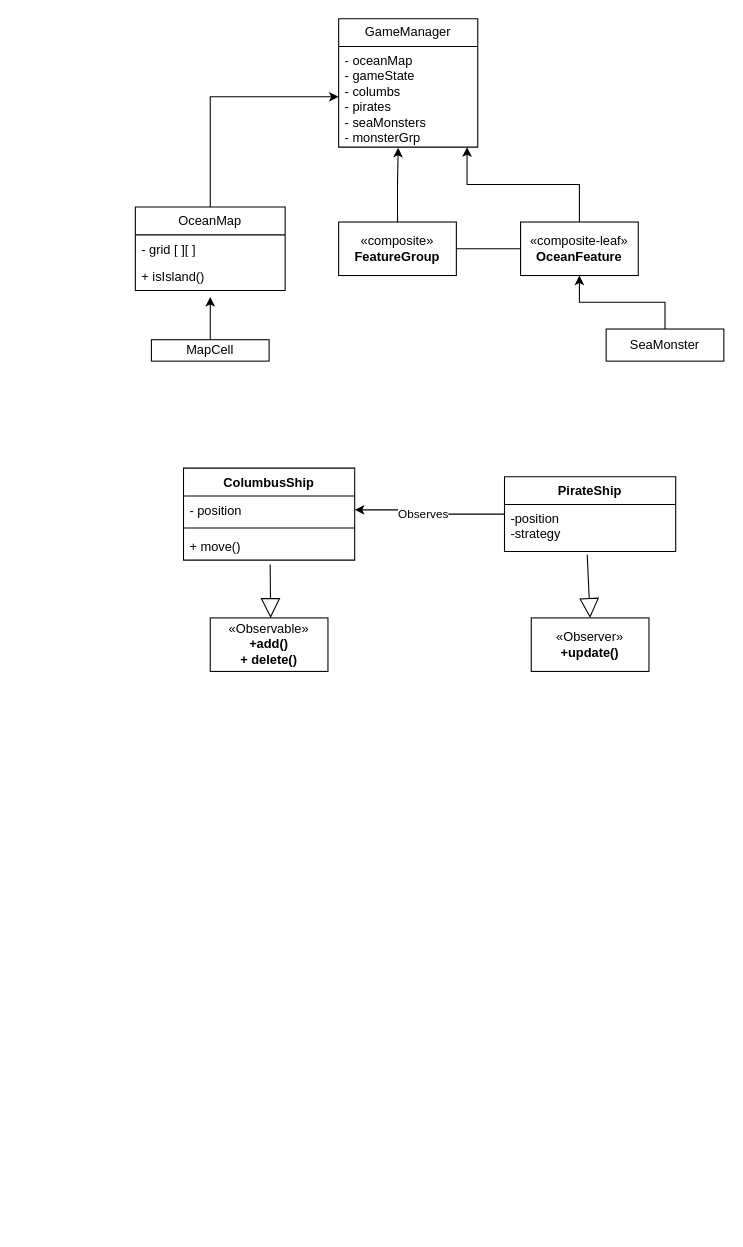
CSCI-513-Spring25/final-project-jcfang17 keeps this draw.io diagram as diagram.drawio. Above is the earlier version. Source tidied: cells renumbered, new cells numbered last; positions are measured from the earlier drawing's top-left corner, leaving out a move shared by most shapes. Both pictures are drawn from the tidied source at 107%, with x=0, y=0 at pixel (135, 18).
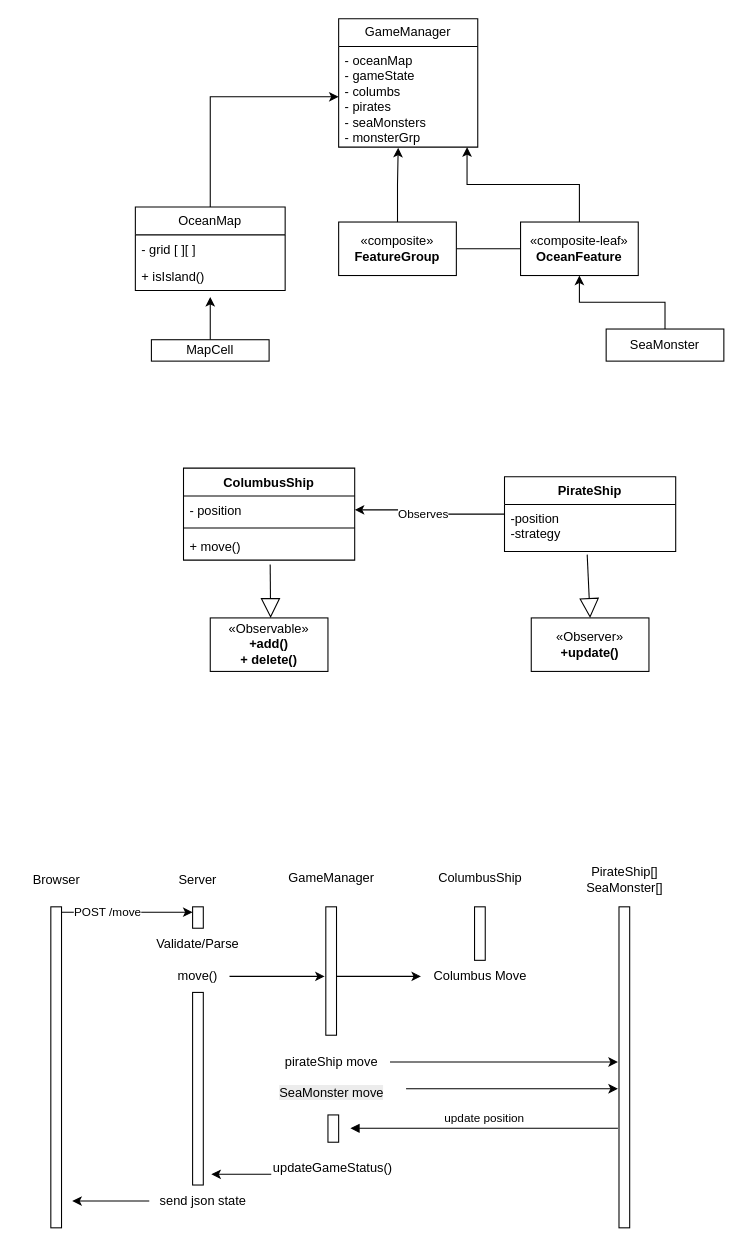
After the change.

Diff of the diagram source:
```diff
@@
+    <mxCell id="29" style="html=1;points=[[0,0,0,0,5],[0,1,0,0,-5],[1,0,0,0,5],[1,1,0,0,-5]];perimeter=orthogonalPerimeter;outlineConnect=0;targetShapes=umlLifeline;portConstraint=eastwest;newEdgeStyle={&quot;curved&quot;:0,&quot;rounded&quot;:0};" parent="1" vertex="1">
+      <mxGeometry x="-79" y="830" width="10" height="300" as="geometry" />
+    </mxCell>
+    <mxCell id="30" value="Browser" style="text;html=1;align=center;verticalAlign=middle;strokeColor=none;fillColor=none;" parent="1" vertex="1">
+      <mxGeometry x="-109" y="790" width="70" height="30" as="geometry" />
+    </mxCell>
+    <mxCell id="31" value="Server" style="text;html=1;align=center;verticalAlign=middle;strokeColor=none;fillColor=none;" parent="1" vertex="1">
+      <mxGeometry x="28" y="790" width="60" height="30" as="geometry" />
+    </mxCell>
+    <mxCell id="32" value="GameManager" style="text;html=1;align=center;verticalAlign=middle;strokeColor=none;fillColor=none;" parent="1" vertex="1">
+      <mxGeometry x="133" y="788" width="100" height="30" as="geometry" />
+    </mxCell>
+    <mxCell id="33" value="ColumbusShip" style="text;html=1;align=center;verticalAlign=middle;strokeColor=none;fillColor=none;" parent="1" vertex="1">
+      <mxGeometry x="272" y="788" width="100" height="30" as="geometry" />
+    </mxCell>
+    <mxCell id="34" value="PirateShip[]&lt;div&gt;SeaMonster[]&lt;/div&gt;" style="text;html=1;align=center;verticalAlign=middle;strokeColor=none;fillColor=none;" parent="1" vertex="1">
+      <mxGeometry x="412" y="785" width="90" height="40" as="geometry" />
+    </mxCell>
+    <mxCell id="35" style="html=1;points=[[0,0,0,0,5],[0,1,0,0,-5],[1,0,0,0,5],[1,1,0,0,-5]];perimeter=orthogonalPerimeter;outlineConnect=0;targetShapes=umlLifeline;portConstraint=eastwest;newEdgeStyle={&quot;curved&quot;:0,&quot;rounded&quot;:0};" parent="1" vertex="1">
+      <mxGeometry x="53.5" y="830" width="10" height="20" as="geometry" />
+    </mxCell>
+    <mxCell id="36" style="edgeStyle=orthogonalEdgeStyle;rounded=0;jettySize=auto;html=1;curved=0;" parent="1" edge="1" source="37" target="45">
+      <mxGeometry relative="1" as="geometry">
+        <Array as="points">
+          <mxPoint x="211" y="895" />
+          <mxPoint x="211" y="895" />
+        </Array>
+      </mxGeometry>
+    </mxCell>
+    <mxCell id="37" style="html=1;points=[[0,0,0,0,5],[0,1,0,0,-5],[1,0,0,0,5],[1,1,0,0,-5]];perimeter=orthogonalPerimeter;outlineConnect=0;targetShapes=umlLifeline;portConstraint=eastwest;newEdgeStyle={&quot;curved&quot;:0,&quot;rounded&quot;:0};" parent="1" vertex="1">
+      <mxGeometry x="178" y="830" width="10" height="120" as="geometry" />
+    </mxCell>
+    <mxCell id="38" style="html=1;perimeter=orthogonalPerimeter;targetShapes=umlLifeline;newEdgeStyle={&quot;curved&quot;:0,&quot;rounded&quot;:0};" parent="1" vertex="1">
+      <mxGeometry x="317" y="830" width="10" height="50" as="geometry" />
+    </mxCell>
+    <mxCell id="39" style="html=1;perimeter=orthogonalPerimeter;targetShapes=umlLifeline;newEdgeStyle={&quot;curved&quot;:0,&quot;rounded&quot;:0};" parent="1" vertex="1">
+      <mxGeometry x="452" y="830" width="10" height="300" as="geometry" />
+    </mxCell>
+    <mxCell id="40" style="edgeStyle=orthogonalEdgeStyle;rounded=0;jettySize=auto;html=1;curved=0;exitX=1;exitY=0;exitDx=0;exitDy=5;exitPerimeter=0;entryX=0;entryY=0;entryDx=0;entryDy=5;entryPerimeter=0;" parent="1" edge="1" source="29" target="35">
+      <mxGeometry relative="1" as="geometry" />
+    </mxCell>
+    <mxCell id="41" value="POST /move" style="edgeLabel;html=1;align=center;verticalAlign=middle;" parent="40" vertex="1">
+      <mxGeometry x="-0.31" y="1" relative="1" as="geometry" />
+    </mxCell>
+    <mxCell id="42" value="Validate/Parse" style="text;html=1;align=center;verticalAlign=middle;strokeColor=none;fillColor=none;" parent="1" vertex="1">
+      <mxGeometry x="8" y="850" width="100" height="30" as="geometry" />
+    </mxCell>
+    <mxCell id="43" value="move()" style="text;html=1;align=center;verticalAlign=middle;points=[];strokeColor=none;fillColor=none;" parent="1" vertex="1">
+      <mxGeometry x="28" y="880" width="60" height="30" as="geometry" />
+    </mxCell>
+    <mxCell id="44" style="edgeStyle=orthogonalEdgeStyle;rounded=0;jettySize=auto;html=1;" parent="1" edge="1" source="43">
+      <mxGeometry relative="1" as="geometry">
+        <mxPoint x="177" y="895" as="targetPoint" />
+        <Array as="points">
+          <mxPoint x="177" y="895" />
+        </Array>
+      </mxGeometry>
+    </mxCell>
+    <mxCell id="45" value="Columbus Move" style="text;html=1;align=center;verticalAlign=middle;points=[];strokeColor=none;fillColor=none;" parent="1" vertex="1">
+      <mxGeometry x="267" y="880" width="110" height="30" as="geometry" />
+    </mxCell>
+    <mxCell id="46" style="edgeStyle=orthogonalEdgeStyle;rounded=0;jettySize=auto;html=1;" parent="1" edge="1" source="47">
+      <mxGeometry relative="1" as="geometry">
+        <mxPoint x="451" y="975" as="targetPoint" />
+      </mxGeometry>
+    </mxCell>
+    <mxCell id="47" value="pirateShip move" style="text;html=1;align=center;verticalAlign=middle;points=[];strokeColor=none;fillColor=none;" parent="1" vertex="1">
+      <mxGeometry x="128" y="960" width="110" height="30" as="geometry" />
+    </mxCell>
+    <mxCell id="48" style="edgeStyle=orthogonalEdgeStyle;rounded=0;jettySize=auto;html=1;" parent="1" edge="1" source="49">
+      <mxGeometry relative="1" as="geometry">
+        <mxPoint x="451" y="1000" as="targetPoint" />
+      </mxGeometry>
+    </mxCell>
+    <mxCell id="49" value="&lt;span style=&quot;color: rgb(0, 0, 0); font-family: Helvetica; font-size: 12px; font-style: normal; font-variant-ligatures: normal; font-variant-caps: normal; font-weight: 400; letter-spacing: normal; orphans: 2; text-align: center; text-indent: 0px; text-transform: none; widows: 2; word-spacing: 0px; -webkit-text-stroke-width: 0px; white-space: nowrap; background-color: rgb(236, 236, 236); text-decoration-thickness: initial; text-decoration-style: initial; text-decoration-color: initial; float: none; display: inline !important;&quot;&gt;SeaMonster move&lt;/span&gt;" style="text;whiteSpace=wrap;html=1;" parent="1" vertex="1">
+      <mxGeometry x="133" y="990" width="120" height="20" as="geometry" />
+    </mxCell>
+    <mxCell id="50" style="edgeStyle=orthogonalEdgeStyle;rounded=0;jettySize=auto;html=1;" parent="1" edge="1" source="51">
+      <mxGeometry relative="1" as="geometry">
+        <mxPoint x="71" y="1080" as="targetPoint" />
+      </mxGeometry>
+    </mxCell>
+    <mxCell id="51" value="updateGameStatus()" style="text;whiteSpace=wrap;" parent="1" vertex="1">
+      <mxGeometry x="127" y="1060" width="140" height="40" as="geometry" />
+    </mxCell>
+    <mxCell id="52" style="html=1;perimeter=orthogonalPerimeter;targetShapes=umlLifeline;newEdgeStyle={&quot;curved&quot;:0,&quot;rounded&quot;:0};" parent="1" vertex="1">
+      <mxGeometry x="53.5" y="910" width="10" height="180" as="geometry" />
+    </mxCell>
+    <mxCell id="53" style="edgeStyle=orthogonalEdgeStyle;rounded=0;jettySize=auto;html=1;" parent="1" edge="1" source="54">
+      <mxGeometry relative="1" as="geometry">
+        <mxPoint x="-59" y="1105" as="targetPoint" />
+      </mxGeometry>
+    </mxCell>
+    <mxCell id="54" value="send json state" style="text;html=1;align=center;verticalAlign=middle;points=[];strokeColor=none;fillColor=none;" parent="1" vertex="1">
+      <mxGeometry x="13" y="1090" width="100" height="30" as="geometry" />
+    </mxCell>
+    <mxCell id="55" style="html=1;perimeter=orthogonalPerimeter;targetShapes=umlLifeline;newEdgeStyle={&quot;curved&quot;:0,&quot;rounded&quot;:0};" parent="1" vertex="1">
+      <mxGeometry x="180" y="1024.5" width="10" height="25.5" as="geometry" />
+    </mxCell>
+    <mxCell id="56" value="update position" style="html=1;verticalAlign=bottom;endArrow=block;curved=0;rounded=0;" parent="1" edge="1">
+      <mxGeometry relative="1" as="geometry">
+        <mxPoint x="451" y="1037" as="sourcePoint" />
+        <mxPoint x="201" y="1037" as="targetPoint" />
+      </mxGeometry>
+    </mxCell>
```
